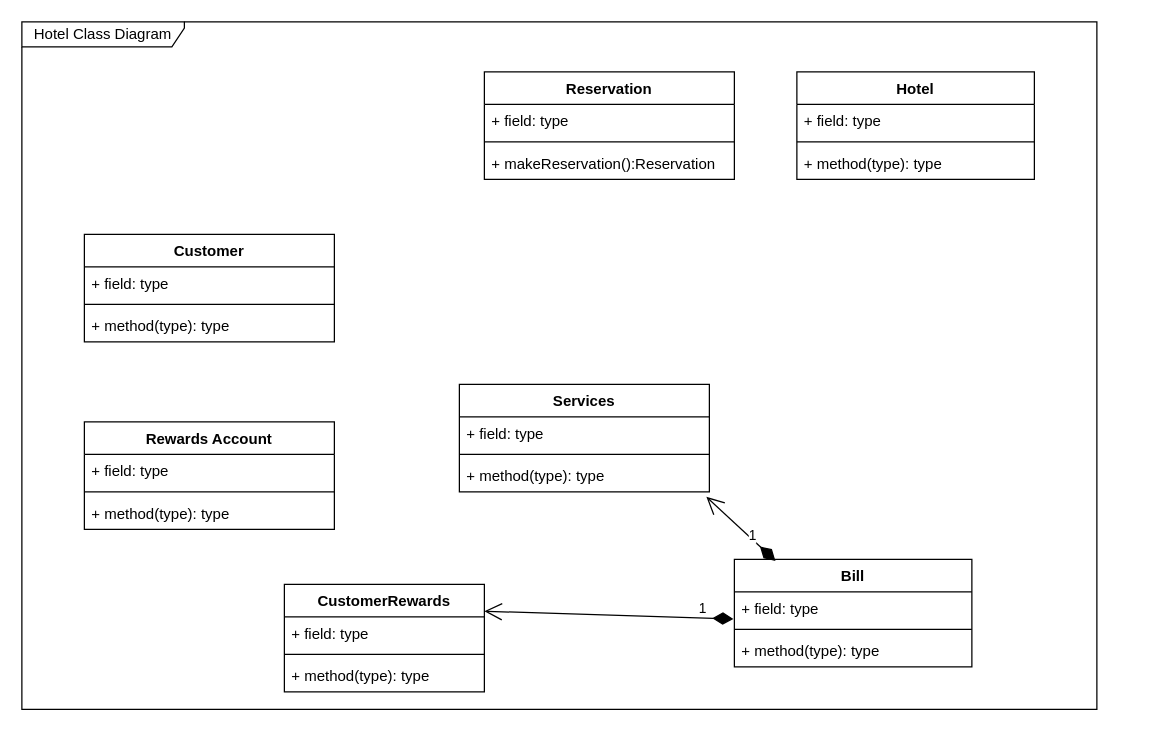
The draw.io diagram Assign2 Hotel Class Diagram.drawio in Darren-ODonnell/BusinessModellingDiagrams, before the edit. Source tidied: cells renumbered, new cells numbered last; positions are measured from the earlier drawing's top-left corner, leaving out a move shared by most shapes. Both pictures are drawn from the tidied source at 125%, with x=0, y=0 at pixel (21, 21).
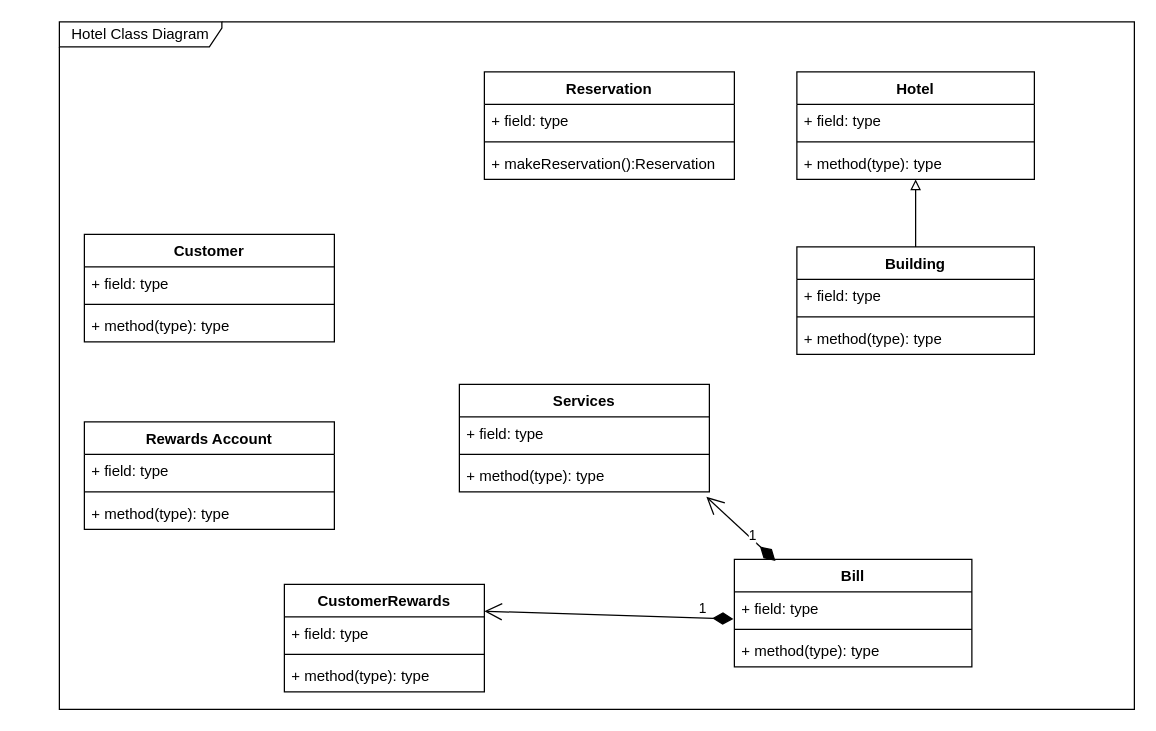
The same page after the edit.

The change refers to these unchanged cells:
```xml
<mxCell id="14" value="+ method(type): type" style="text;strokeColor=none;fillColor=none;align=left;verticalAlign=top;spacingLeft=4;spacingRight=4;overflow=hidden;points=[[0,0.5],[1,0.5]];portConstraint=eastwest;" parent="11" vertex="1">
  <mxGeometry y="60" width="190" height="26" as="geometry" />
</mxCell>
```

Diff of the diagram source:
```diff
@@
     <mxCell id="2" value="Hotel Class Diagram" style="shape=umlFrame;whiteSpace=wrap;html=1;width=130;height=20;" parent="1" vertex="1">
-      <mxGeometry width="860" height="550" as="geometry" />
+      <mxGeometry x="30" width="860" height="550" as="geometry" />
     </mxCell>
@@
+    <mxCell id="33" style="rounded=0;jettySize=auto;html=1;exitX=0.5;exitY=0;exitDx=0;exitDy=0;endArrow=block;endFill=0;" parent="1" edge="1" source="34" target="14">
+      <mxGeometry relative="1" as="geometry" />
+    </mxCell>
+    <mxCell id="34" value="Building" style="swimlane;fontStyle=1;align=center;verticalAlign=top;horizontal=1;startSize=26;" parent="1" vertex="1">
+      <mxGeometry x="620" y="180" width="190" height="86" as="geometry" />
+    </mxCell>
+    <mxCell id="35" value="+ field: type" style="text;strokeColor=none;fillColor=none;align=left;verticalAlign=top;spacingLeft=4;spacingRight=4;overflow=hidden;" parent="34" vertex="1">
+      <mxGeometry y="26" width="190" height="26" as="geometry" />
+    </mxCell>
+    <mxCell id="36" style="line;strokeWidth=1;fillColor=none;align=left;verticalAlign=middle;spacingTop=-1;spacingLeft=3;spacingRight=3;labelPosition=right;" parent="34" vertex="1">
+      <mxGeometry y="52" width="190" height="8" as="geometry" />
+    </mxCell>
+    <mxCell id="37" value="+ method(type): type" style="text;strokeColor=none;fillColor=none;align=left;verticalAlign=top;spacingLeft=4;spacingRight=4;overflow=hidden;" parent="34" vertex="1">
+      <mxGeometry y="60" width="190" height="26" as="geometry" />
+    </mxCell>
```
